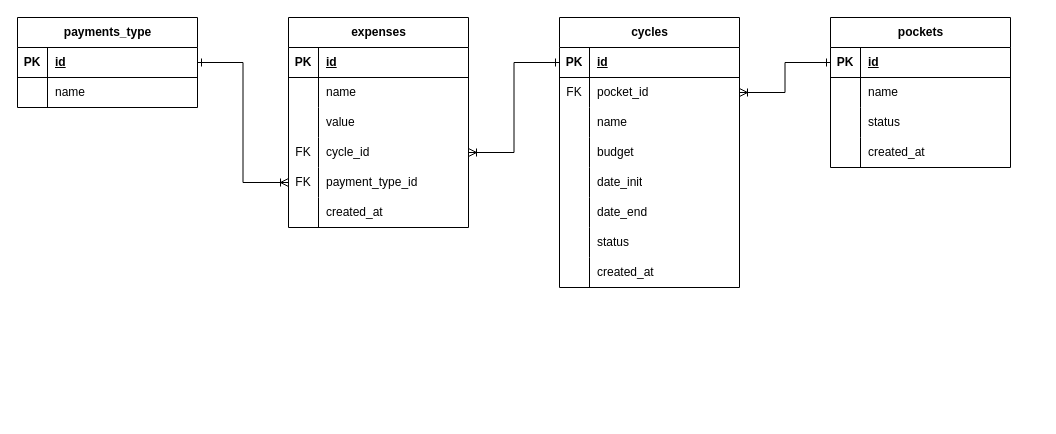
Before: Expenses.drawio in manuelgomezsw/expenses-api, a draw.io diagram. Source tidied: cells renumbered, new cells numbered last; positions are measured from the earlier drawing's top-left corner, leaving out a move shared by most shapes. Both pictures are drawn from the tidied source at 100%, with x=0, y=0 at pixel (17, 17).
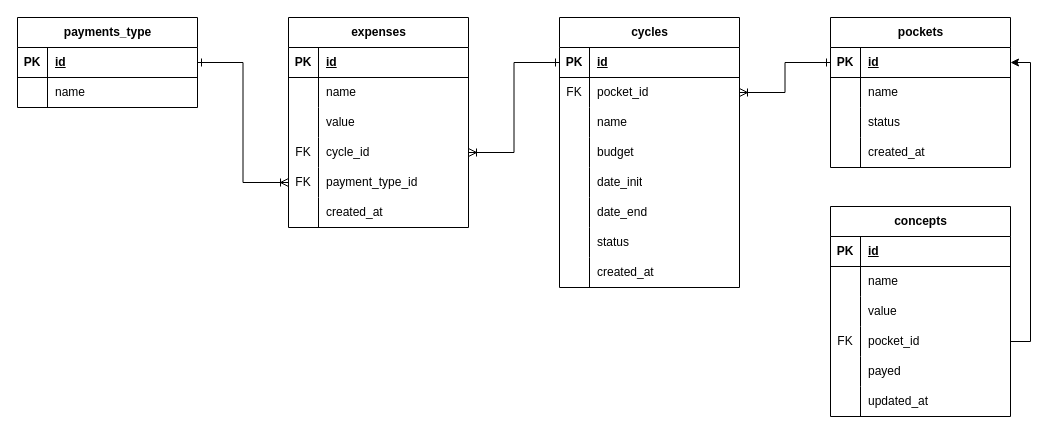
The same page after the edit.

Unchanged cells that the change refers to:
```xml
<mxCell id="11" style="shape=tableRow;horizontal=0;startSize=0;swimlaneHead=0;swimlaneBody=0;fillColor=none;points=[[0,0.5],[1,0.5]];portConstraint=eastwest;top=0;left=0;right=0;bottom=1;" parent="10" vertex="1">
  <mxGeometry y="30" width="180" height="30" as="geometry" />
</mxCell>
```

Change to the diagram source:
```diff
@@
+    <mxCell id="69" value="concepts" style="shape=table;startSize=30;childLayout=tableLayout;rowLines=0;fontStyle=1;align=center;html=1;" parent="1" vertex="1">
+      <mxGeometry x="813" y="189" width="180" height="210" as="geometry" />
+    </mxCell>
+    <mxCell id="70" style="shape=tableRow;horizontal=0;startSize=0;swimlaneHead=0;swimlaneBody=0;fillColor=none;top=0;left=0;right=0;bottom=1;" parent="69" vertex="1">
+      <mxGeometry y="30" width="180" height="30" as="geometry" />
+    </mxCell>
+    <mxCell id="71" value="PK" style="shape=partialRectangle;fillColor=none;top=0;left=0;bottom=0;right=0;fontStyle=1;overflow=hidden;whiteSpace=wrap;html=1;" parent="70" vertex="1">
+      <mxGeometry width="30" height="30" as="geometry" />
+    </mxCell>
+    <mxCell id="72" value="id" style="shape=partialRectangle;fillColor=none;top=0;left=0;bottom=0;right=0;align=left;spacingLeft=6;fontStyle=5;overflow=hidden;whiteSpace=wrap;html=1;" parent="70" vertex="1">
+      <mxGeometry x="30" width="150" height="30" as="geometry" />
+    </mxCell>
+    <mxCell id="73" style="shape=tableRow;horizontal=0;startSize=0;swimlaneHead=0;swimlaneBody=0;fillColor=none;top=0;left=0;right=0;bottom=0;" parent="69" vertex="1">
+      <mxGeometry y="60" width="180" height="30" as="geometry" />
+    </mxCell>
+    <mxCell id="74" style="shape=partialRectangle;fillColor=none;top=0;left=0;bottom=0;right=0;overflow=hidden;whiteSpace=wrap;html=1;" parent="73" vertex="1">
+      <mxGeometry width="30" height="30" as="geometry" />
+    </mxCell>
+    <mxCell id="75" value="name" style="shape=partialRectangle;fillColor=none;top=0;left=0;bottom=0;right=0;align=left;spacingLeft=6;overflow=hidden;whiteSpace=wrap;html=1;" parent="73" vertex="1">
+      <mxGeometry x="30" width="150" height="30" as="geometry" />
+    </mxCell>
+    <mxCell id="76" style="shape=tableRow;horizontal=0;startSize=0;swimlaneHead=0;swimlaneBody=0;fillColor=none;top=0;left=0;right=0;bottom=0;" parent="69" vertex="1">
+      <mxGeometry y="90" width="180" height="30" as="geometry" />
+    </mxCell>
+    <mxCell id="77" style="shape=partialRectangle;fillColor=none;top=0;left=0;bottom=0;right=0;overflow=hidden;whiteSpace=wrap;html=1;" parent="76" vertex="1">
+      <mxGeometry width="30" height="30" as="geometry" />
+    </mxCell>
+    <mxCell id="78" value="value" style="shape=partialRectangle;fillColor=none;top=0;left=0;bottom=0;right=0;align=left;spacingLeft=6;overflow=hidden;whiteSpace=wrap;html=1;" parent="76" vertex="1">
+      <mxGeometry x="30" width="150" height="30" as="geometry" />
+    </mxCell>
+    <mxCell id="79" style="shape=tableRow;horizontal=0;startSize=0;swimlaneHead=0;swimlaneBody=0;fillColor=none;points=[[0,0.5],[1,0.5]];portConstraint=eastwest;top=0;left=0;right=0;bottom=0;" parent="69" vertex="1">
+      <mxGeometry y="120" width="180" height="30" as="geometry" />
+    </mxCell>
+    <mxCell id="80" value="FK" style="shape=partialRectangle;fillColor=none;top=0;left=0;bottom=0;right=0;overflow=hidden;whiteSpace=wrap;html=1;" parent="79" vertex="1">
+      <mxGeometry width="30" height="30" as="geometry" />
+    </mxCell>
+    <mxCell id="81" value="pocket_id" style="shape=partialRectangle;fillColor=none;top=0;left=0;bottom=0;right=0;align=left;spacingLeft=6;overflow=hidden;whiteSpace=wrap;html=1;" parent="79" vertex="1">
+      <mxGeometry x="30" width="150" height="30" as="geometry" />
+    </mxCell>
+    <mxCell id="82" style="shape=tableRow;horizontal=0;startSize=0;swimlaneHead=0;swimlaneBody=0;fillColor=none;top=0;left=0;right=0;bottom=0;" parent="69" vertex="1">
+      <mxGeometry y="150" width="180" height="30" as="geometry" />
+    </mxCell>
+    <mxCell id="83" style="shape=partialRectangle;fillColor=none;top=0;left=0;bottom=0;right=0;overflow=hidden;whiteSpace=wrap;html=1;" parent="82" vertex="1">
+      <mxGeometry width="30" height="30" as="geometry" />
+    </mxCell>
+    <mxCell id="84" value="payed" style="shape=partialRectangle;fillColor=none;top=0;left=0;bottom=0;right=0;align=left;spacingLeft=6;overflow=hidden;whiteSpace=wrap;html=1;" parent="82" vertex="1">
+      <mxGeometry x="30" width="150" height="30" as="geometry" />
+    </mxCell>
+    <mxCell id="85" style="shape=tableRow;horizontal=0;startSize=0;swimlaneHead=0;swimlaneBody=0;fillColor=none;top=0;left=0;right=0;bottom=0;" parent="69" vertex="1">
+      <mxGeometry y="180" width="180" height="30" as="geometry" />
+    </mxCell>
+    <mxCell id="86" style="shape=partialRectangle;fillColor=none;top=0;left=0;bottom=0;right=0;overflow=hidden;whiteSpace=wrap;html=1;" parent="85" vertex="1">
+      <mxGeometry width="30" height="30" as="geometry" />
+    </mxCell>
+    <mxCell id="87" value="updated_at" style="shape=partialRectangle;fillColor=none;top=0;left=0;bottom=0;right=0;align=left;spacingLeft=6;overflow=hidden;whiteSpace=wrap;html=1;" parent="85" vertex="1">
+      <mxGeometry x="30" width="150" height="30" as="geometry" />
+    </mxCell>
+    <mxCell id="88" style="edgeStyle=orthogonalEdgeStyle;rounded=0;jettySize=auto;html=1;exitX=1;exitY=0.5;exitDx=0;exitDy=0;" parent="1" edge="1" source="79" target="11">
+      <mxGeometry relative="1" as="geometry" />
+    </mxCell>
```
